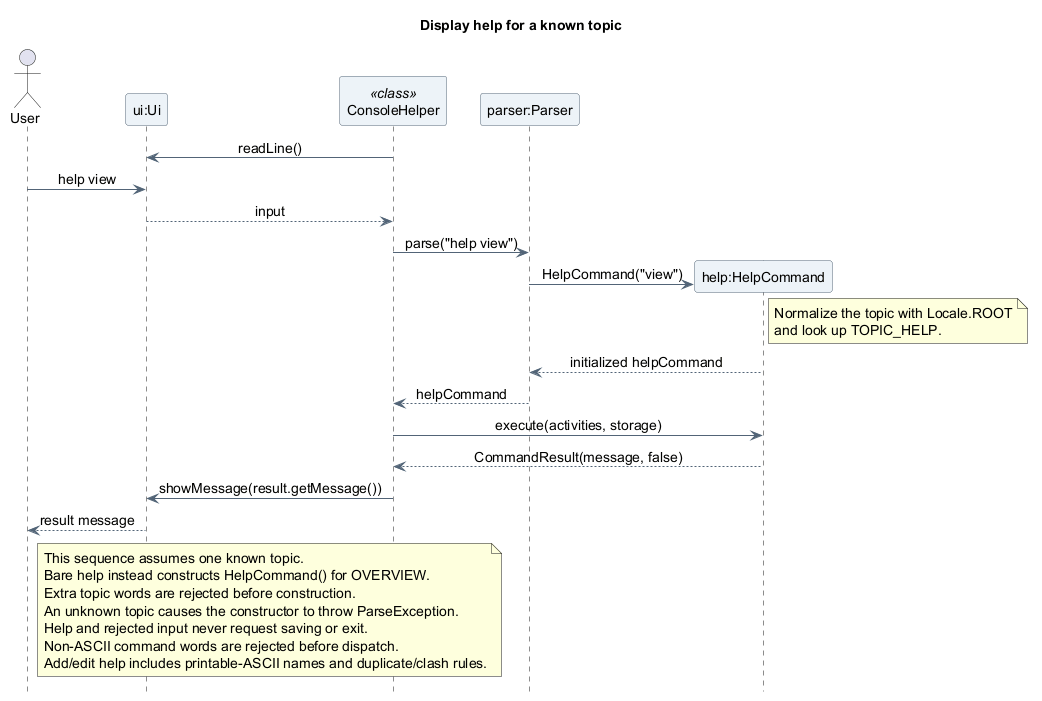
AY2627S1-CS2113-T10-4/tp keeps this PlantUML diagram as docs/images/atharva/sequence/TopicHelpSequence.png. Above is the earlier version.
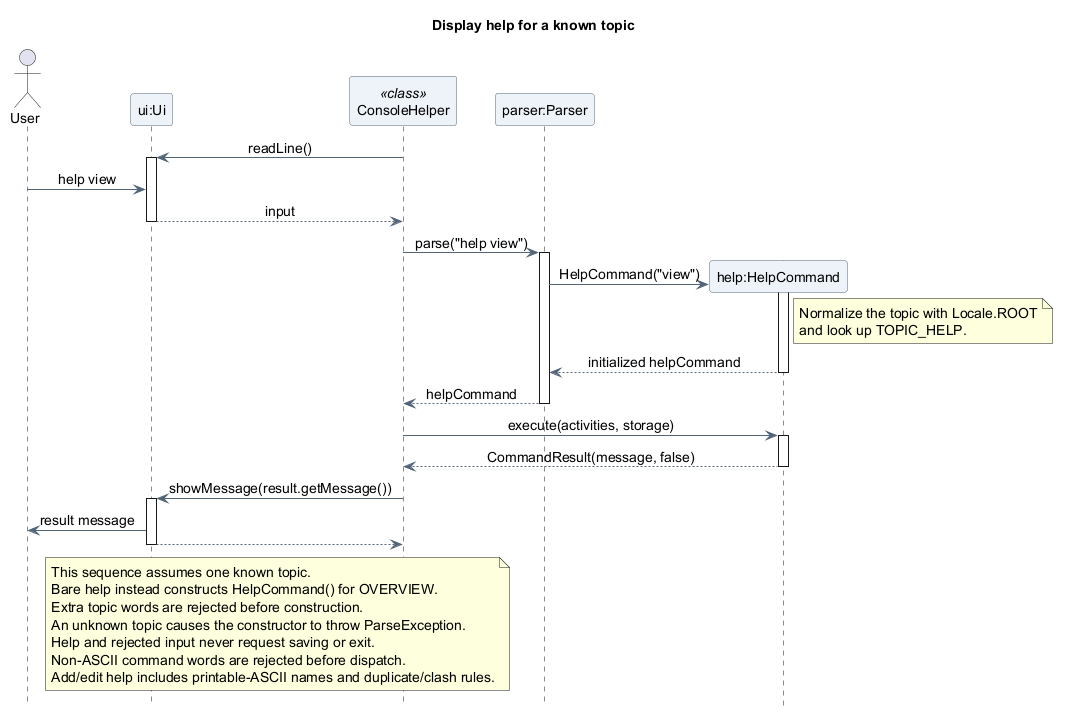
The same file after the commit.

Commit message:
docs(uml): clarify help execution and remove misleading activation spans

Diff of the diagram source:
```diff
@@ -16,22 +16,33 @@
 participant "parser:Parser" as Parser
 
 Console -> UI : readLine()
+activate UI
 User -> UI : help view
 UI --> Console : input
+deactivate UI
 
 Console -> Parser : parse("help view")
+activate Parser
 create participant "help:HelpCommand" as Help
 Parser -> Help : HelpCommand("view")
+activate Help
 note right of Help
   Normalize the topic with Locale.ROOT
   and look up TOPIC_HELP.
 end note
 Help --> Parser : initialized helpCommand
+deactivate Help
 Parser --> Console : helpCommand
+deactivate Parser
 Console -> Help : execute(activities, storage)
+activate Help
 Help --> Console : CommandResult(message, false)
+deactivate Help
 Console -> UI : showMessage(result.getMessage())
-UI --> User : result message
+activate UI
+UI -> User : result message
+UI --> Console
+deactivate UI
 
 note over Console, UI
   This sequence assumes one known topic.
```
